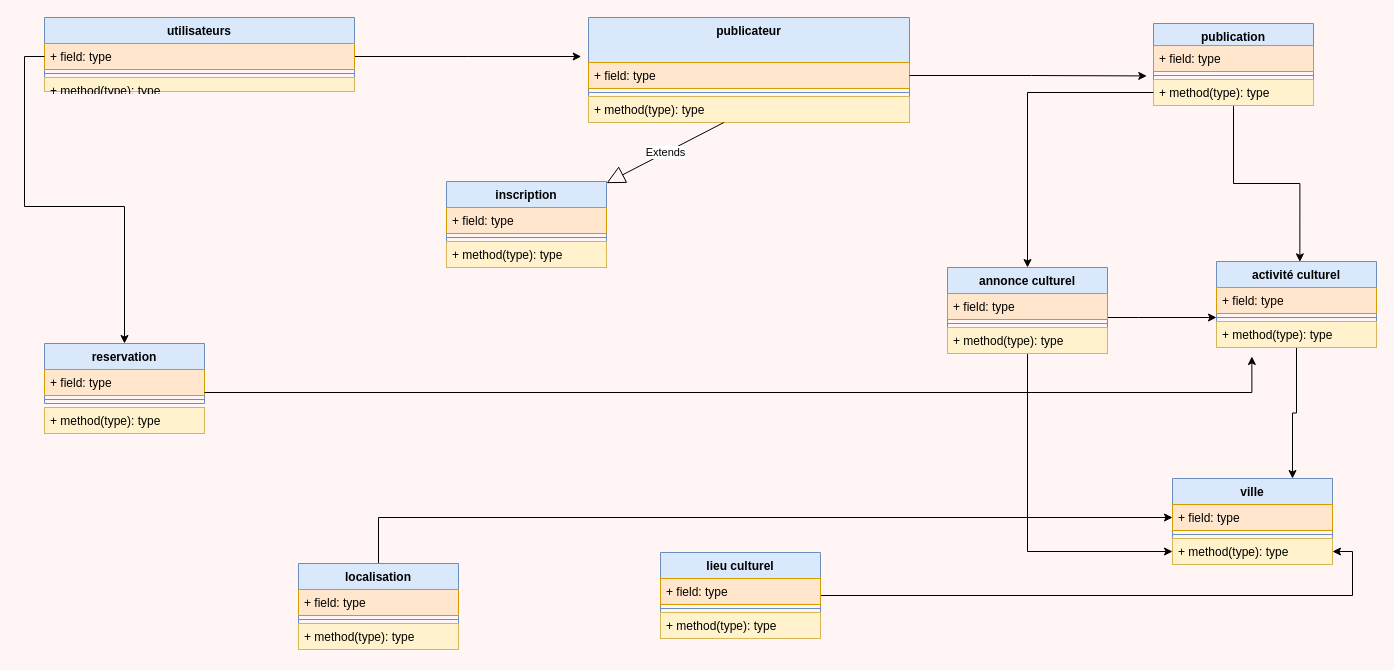
Before: Diagramme sans nom.drawio in mawuli01/reactJS, a draw.io diagram. Source tidied: cells renumbered, new cells numbered last; positions are measured from the earlier drawing's top-left corner, leaving out a move shared by most shapes. Both pictures are drawn from the tidied source at 100%, with x=0, y=0 at pixel (44, 17).
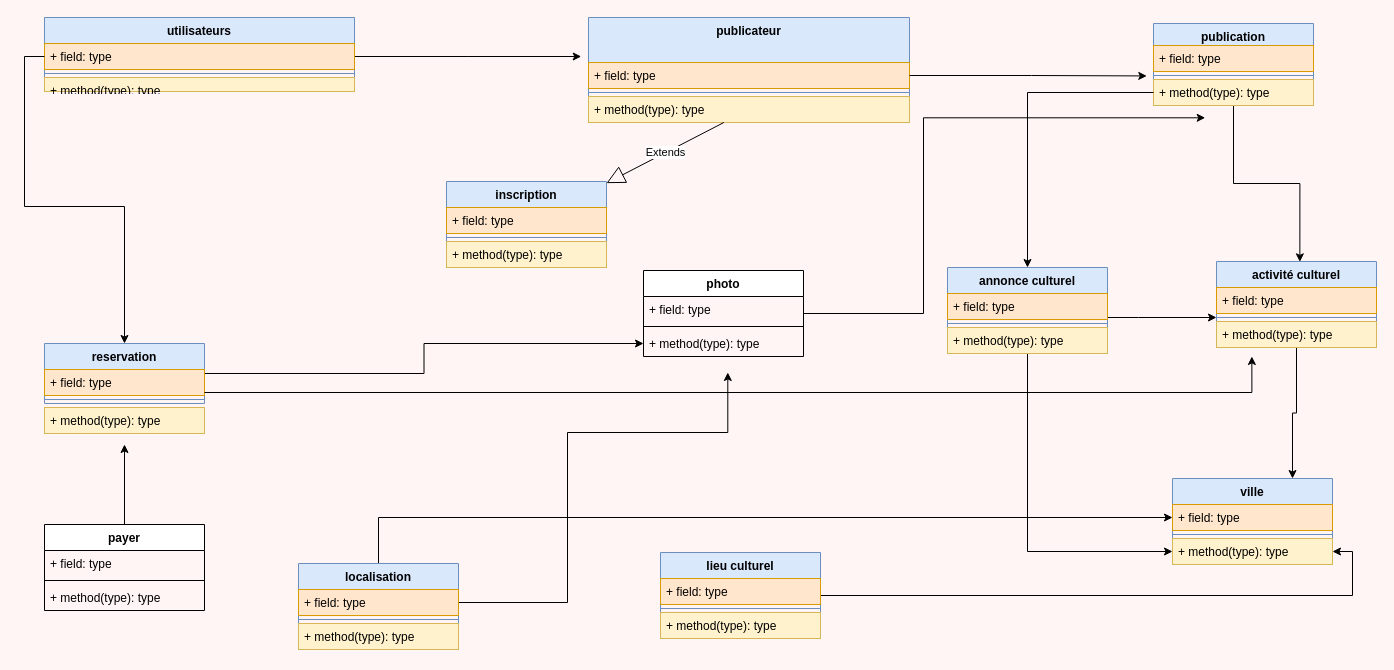
After the change.

Commit message:
Mettre à jour Diagramme sans nom.drawio

The change refers to these unchanged cells:
```xml
<mxCell id="20" value="reservation" style="swimlane;fontStyle=1;align=center;verticalAlign=top;horizontal=1;startSize=26;whiteSpace=wrap;html=1;fillColor=#dae8fc;strokeColor=#6c8ebf;" parent="1" vertex="1">
  <mxGeometry y="326" width="160" height="60" as="geometry" />
</mxCell>
<mxCell id="48" value="localisation" style="swimlane;fontStyle=1;align=center;verticalAlign=top;horizontal=1;startSize=26;whiteSpace=wrap;html=1;fillColor=#dae8fc;strokeColor=#6c8ebf;" parent="1" vertex="1">
  <mxGeometry x="254" y="546" width="160" height="86" as="geometry" />
</mxCell>
<mxCell id="49" value="+ field: type" style="text;align=left;verticalAlign=top;spacingLeft=4;spacingRight=4;overflow=hidden;points=[[0,0.5],[1,0.5]];portConstraint=eastwest;whiteSpace=wrap;html=1;fillColor=#ffe6cc;strokeColor=#d79b00;" parent="48" vertex="1">
  <mxGeometry y="26" width="160" height="26" as="geometry" />
</mxCell>
```

Change to the diagram source:
```diff
@@
+    <mxCell id="54" style="edgeStyle=orthogonalEdgeStyle;rounded=0;jettySize=auto;html=1;" parent="1" edge="1" source="20" target="60">
+      <mxGeometry relative="1" as="geometry" />
+    </mxCell>
@@
+    <mxCell id="55" style="edgeStyle=orthogonalEdgeStyle;rounded=0;jettySize=auto;html=1;" parent="48" edge="1" source="49">
+      <mxGeometry relative="1" as="geometry">
+        <mxPoint x="429.3" y="-191" as="targetPoint" />
+        <Array as="points">
+          <mxPoint x="269" y="39" />
+          <mxPoint x="269" y="-131" />
+          <mxPoint x="429" y="-131" />
+        </Array>
+      </mxGeometry>
+    </mxCell>
@@
+    <mxCell id="56" style="edgeStyle=orthogonalEdgeStyle;rounded=0;jettySize=auto;html=1;" parent="1" edge="1" source="57">
+      <mxGeometry relative="1" as="geometry">
+        <mxPoint x="1160.7" y="100.3" as="targetPoint" />
+        <Array as="points">
+          <mxPoint x="879" y="296" />
+          <mxPoint x="879" y="100" />
+        </Array>
+      </mxGeometry>
+    </mxCell>
+    <mxCell id="57" value="photo" style="swimlane;fontStyle=1;align=center;verticalAlign=top;horizontal=1;startSize=26;whiteSpace=wrap;html=1;" parent="1" vertex="1">
+      <mxGeometry x="599" y="253" width="160" height="86" as="geometry" />
+    </mxCell>
+    <mxCell id="58" value="+ field: type" style="text;strokeColor=none;fillColor=none;align=left;verticalAlign=top;spacingLeft=4;spacingRight=4;overflow=hidden;whiteSpace=wrap;html=1;" parent="57" vertex="1">
+      <mxGeometry y="26" width="160" height="26" as="geometry" />
+    </mxCell>
+    <mxCell id="59" style="line;strokeWidth=1;fillColor=none;align=left;verticalAlign=middle;spacingTop=-1;spacingLeft=3;spacingRight=3;labelPosition=right;strokeColor=inherit;" parent="57" vertex="1">
+      <mxGeometry y="52" width="160" height="8" as="geometry" />
+    </mxCell>
+    <mxCell id="60" value="+ method(type): type" style="text;strokeColor=none;fillColor=none;align=left;verticalAlign=top;spacingLeft=4;spacingRight=4;overflow=hidden;points=[[0,0.5],[1,0.5]];portConstraint=eastwest;whiteSpace=wrap;html=1;" parent="57" vertex="1">
+      <mxGeometry y="60" width="160" height="26" as="geometry" />
+    </mxCell>
+    <mxCell id="61" style="edgeStyle=orthogonalEdgeStyle;rounded=0;jettySize=auto;html=1;" parent="1" edge="1" source="62">
+      <mxGeometry relative="1" as="geometry">
+        <mxPoint x="80" y="427" as="targetPoint" />
+      </mxGeometry>
+    </mxCell>
+    <mxCell id="62" value="payer" style="swimlane;fontStyle=1;align=center;verticalAlign=top;horizontal=1;startSize=26;whiteSpace=wrap;html=1;" parent="1" vertex="1">
+      <mxGeometry y="507" width="160" height="86" as="geometry" />
+    </mxCell>
+    <mxCell id="63" value="+ field: type" style="text;strokeColor=none;fillColor=none;align=left;verticalAlign=top;spacingLeft=4;spacingRight=4;overflow=hidden;whiteSpace=wrap;html=1;" parent="62" vertex="1">
+      <mxGeometry y="26" width="160" height="26" as="geometry" />
+    </mxCell>
+    <mxCell id="64" style="line;strokeWidth=1;fillColor=none;align=left;verticalAlign=middle;spacingTop=-1;spacingLeft=3;spacingRight=3;labelPosition=right;strokeColor=inherit;" parent="62" vertex="1">
+      <mxGeometry y="52" width="160" height="8" as="geometry" />
+    </mxCell>
+    <mxCell id="65" value="+ method(type): type" style="text;strokeColor=none;fillColor=none;align=left;verticalAlign=top;spacingLeft=4;spacingRight=4;overflow=hidden;whiteSpace=wrap;html=1;" parent="62" vertex="1">
+      <mxGeometry y="60" width="160" height="26" as="geometry" />
+    </mxCell>
```
